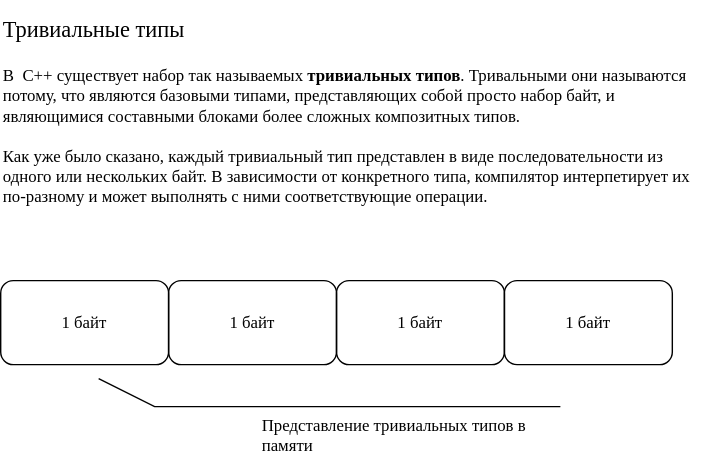
Arugaf/IU5-Lectures keeps this draw.io diagram as img/svg/Lec-03/C++-Lec-03.01-trivial-types-00.svg. Above is the earlier version. Source tidied: cells renumbered, new cells last; positions are measured from the earlier drawing's top-left corner, leaving out a move shared by most shapes. Its diagram source:
```xml
<mxGraphModel>
  <root>
    <mxCell id="0" />
    <mxCell id="1" parent="0" />
    <mxCell id="2" value="&lt;div style=&quot;&quot;&gt;&lt;font face=&quot;Comfortaa&quot;&gt;&lt;span style=&quot;font-size: 16px;&quot;&gt;Тривиальные типы&lt;/span&gt;&lt;/font&gt;&lt;/div&gt;" style="text;html=1;strokeColor=none;fillColor=none;align=left;verticalAlign=middle;whiteSpace=wrap;rounded=0;" parent="1" vertex="1">
      <mxGeometry width="470" height="40" as="geometry" />
    </mxCell>
    <mxCell id="3" value="В&amp;nbsp; C++ существует набор так называемых &lt;b&gt;тривиальных типов&lt;/b&gt;. Тривальными они называются потому, что являются базовыми типами, представляющих собой просто набор байт, и являющимися составными блоками более сложных композитных типов.&lt;br&gt;&lt;br&gt;Как уже было сказано, каждый тривиальный тип представлен в виде последовательности из одного или нескольких байт. В зависимости от конкретного типа, компилятор интерпетирует их по-разному и может выполнять с ними соответствующие операции." style="text;html=1;strokeColor=none;fillColor=none;align=left;verticalAlign=top;whiteSpace=wrap;rounded=0;fontFamily=Comfortaa;fontSource=https%3A%2F%2Ffonts.googleapis.com%2Fcss%3Ffamily%3DComfortaa;" parent="1" vertex="1">
      <mxGeometry y="40" width="510" height="140" as="geometry" />
    </mxCell>
    <mxCell id="4" value="&lt;font face=&quot;Comfortaa&quot;&gt;1 байт&lt;/font&gt;" style="rounded=1;whiteSpace=wrap;html=1;fillColor=none;" parent="1" vertex="1">
      <mxGeometry y="200" width="120" height="60" as="geometry" />
    </mxCell>
    <mxCell id="5" value="&lt;font face=&quot;Comfortaa&quot;&gt;1 байт&lt;/font&gt;" style="rounded=1;whiteSpace=wrap;html=1;fillColor=none;" parent="1" vertex="1">
      <mxGeometry x="120" y="200" width="120" height="60" as="geometry" />
    </mxCell>
    <mxCell id="6" value="&lt;font face=&quot;Comfortaa&quot;&gt;1 байт&lt;/font&gt;" style="rounded=1;whiteSpace=wrap;html=1;fillColor=none;" parent="1" vertex="1">
      <mxGeometry x="240" y="200" width="120" height="60" as="geometry" />
    </mxCell>
    <mxCell id="7" value="&lt;font face=&quot;Comfortaa&quot;&gt;1 байт&lt;/font&gt;" style="rounded=1;whiteSpace=wrap;html=1;fillColor=none;" parent="1" vertex="1">
      <mxGeometry x="360" y="200" width="120" height="60" as="geometry" />
    </mxCell>
    <mxCell id="8" style="endArrow=none;html=1;rounded=0;" parent="1" edge="1">
      <mxGeometry relative="1" as="geometry">
        <mxPoint x="70" y="270" as="sourcePoint" />
        <mxPoint x="400" y="290" as="targetPoint" />
        <Array as="points">
          <mxPoint x="110" y="290" />
        </Array>
      </mxGeometry>
    </mxCell>
    <mxCell id="9" value="Представление тривиальных типов в памяти" style="text;html=1;strokeColor=none;fillColor=none;align=left;verticalAlign=top;whiteSpace=wrap;rounded=0;fontFamily=Comfortaa;fontSource=https%3A%2F%2Ffonts.googleapis.com%2Fcss%3Ffamily%3DComfortaa;" parent="1" vertex="1">
      <mxGeometry x="185" y="290" width="230" height="40" as="geometry" />
    </mxCell>
  </root>
</mxGraphModel>
```
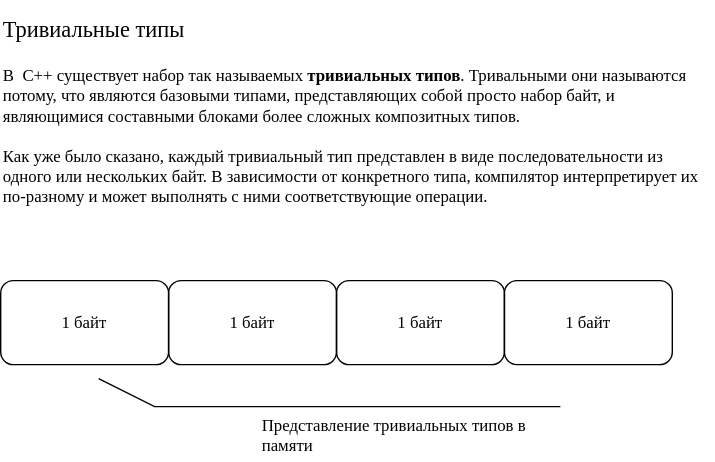
Later version of the same file.

Change to the diagram source:
```diff
@@ -5,7 +5,7 @@
     <mxCell id="2" value="&lt;div style=&quot;&quot;&gt;&lt;font face=&quot;Comfortaa&quot;&gt;&lt;span style=&quot;font-size: 16px;&quot;&gt;Тривиальные типы&lt;/span&gt;&lt;/font&gt;&lt;/div&gt;" style="text;html=1;strokeColor=none;fillColor=none;align=left;verticalAlign=middle;whiteSpace=wrap;rounded=0;" parent="1" vertex="1">
       <mxGeometry width="470" height="40" as="geometry" />
     </mxCell>
-    <mxCell id="3" value="В&amp;nbsp; C++ существует набор так называемых &lt;b&gt;тривиальных типов&lt;/b&gt;. Тривальными они называются потому, что являются базовыми типами, представляющих собой просто набор байт, и являющимися составными блоками более сложных композитных типов.&lt;br&gt;&lt;br&gt;Как уже было сказано, каждый тривиальный тип представлен в виде последовательности из одного или нескольких байт. В зависимости от конкретного типа, компилятор интерпетирует их по-разному и может выполнять с ними соответствующие операции." style="text;html=1;strokeColor=none;fillColor=none;align=left;verticalAlign=top;whiteSpace=wrap;rounded=0;fontFamily=Comfortaa;fontSource=https%3A%2F%2Ffonts.googleapis.com%2Fcss%3Ffamily%3DComfortaa;" parent="1" vertex="1">
+    <mxCell id="3" value="В&amp;nbsp; C++ существует набор так называемых &lt;b&gt;тривиальных типов&lt;/b&gt;. Тривальными они называются потому, что являются базовыми типами, представляющих собой просто набор байт, и являющимися составными блоками более сложных композитных типов.&lt;br&gt;&lt;br&gt;Как уже было сказано, каждый тривиальный тип представлен в виде последовательности из одного или нескольких байт. В зависимости от конкретного типа, компилятор интерпретирует их по-разному и может выполнять с ними соответствующие операции." style="text;html=1;strokeColor=none;fillColor=none;align=left;verticalAlign=top;whiteSpace=wrap;rounded=0;fontFamily=Comfortaa;fontSource=https%3A%2F%2Ffonts.googleapis.com%2Fcss%3Ffamily%3DComfortaa;" parent="1" vertex="1">
       <mxGeometry y="40" width="510" height="140" as="geometry" />
     </mxCell>
     <mxCell id="4" value="&lt;font face=&quot;Comfortaa&quot;&gt;1 байт&lt;/font&gt;" style="rounded=1;whiteSpace=wrap;html=1;fillColor=none;" parent="1" vertex="1">
```
